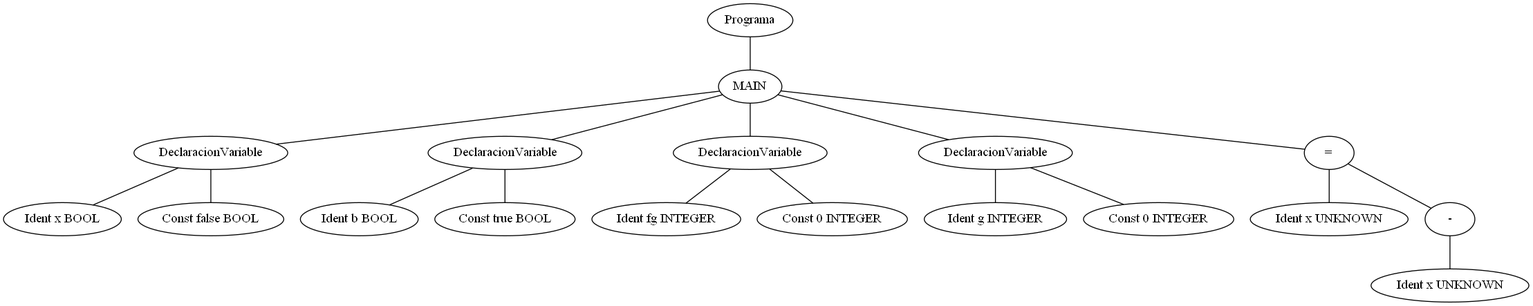
Above: arbol.png in Mdimase/compilador (Graphviz), before the change. Its source is kept beside it as arbol.dot.
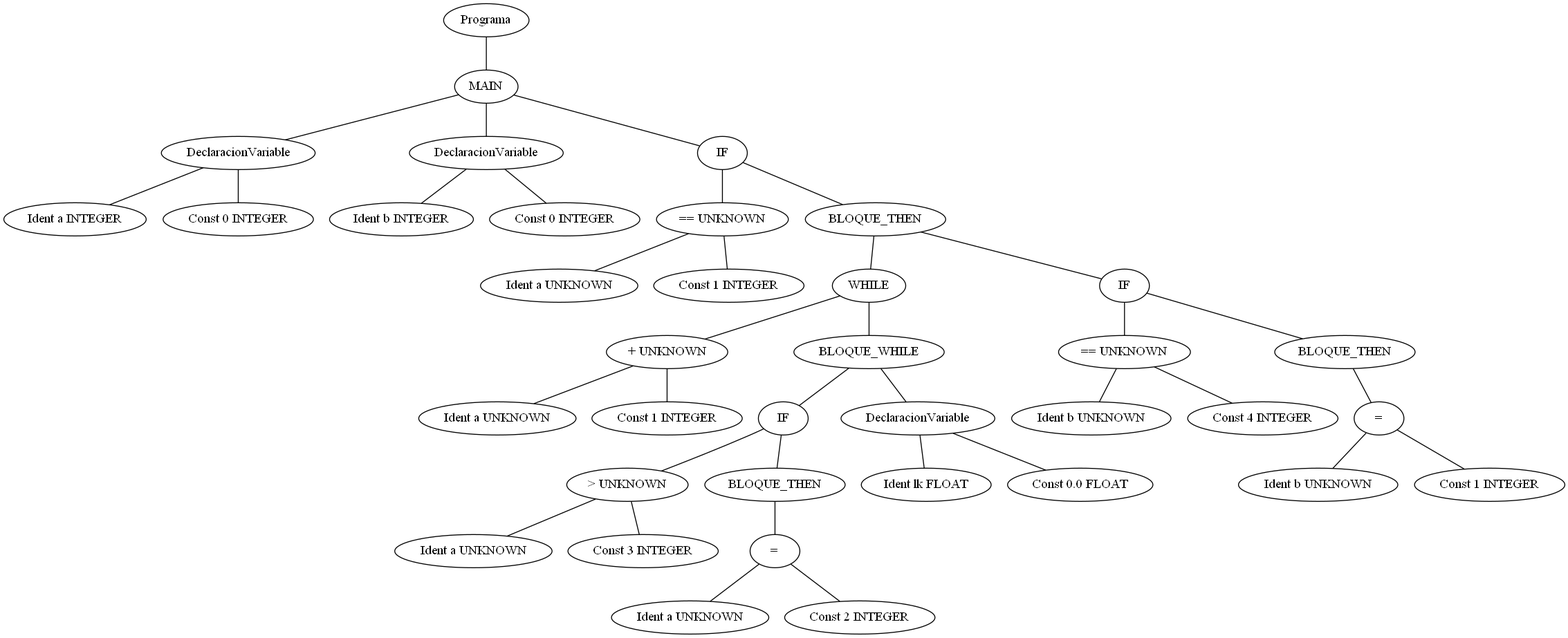
The same diagram one commit later.

Diff of the diagram source:
```diff
@@ -3,34 +3,72 @@
 1 -- 2
 3 [label="DeclaracionVariable"]
 2 -- 3
-4 [label="Ident x BOOL"]
+4 [label="Ident a INTEGER"]
 3 -- 4
-5 [label="Const false BOOL"]
+5 [label="Const 0 INTEGER"]
 3 -- 5
 6 [label="DeclaracionVariable"]
 2 -- 6
-7 [label="Ident b BOOL"]
+7 [label="Ident b INTEGER"]
 6 -- 7
-8 [label="Const true BOOL"]
+8 [label="Const 0 INTEGER"]
 6 -- 8
-9 [label="DeclaracionVariable"]
+9 [label="IF"]
 2 -- 9
-10 [label="Ident fg INTEGER"]
+10 [label="== UNKNOWN"]
 9 -- 10
-11 [label="Const 0 INTEGER"]
-9 -- 11
-12 [label="DeclaracionVariable"]
-2 -- 12
-13 [label="Ident g INTEGER"]
-12 -- 13
-14 [label="Const 0 INTEGER"]
-12 -- 14
-15 [label="="]
-2 -- 15
-16 [label="Ident x UNKNOWN"]
+11 [label="Ident a UNKNOWN"]
+10 -- 11
+12 [label="Const 1 INTEGER"]
+10 -- 12
+13 [label="BLOQUE_THEN"]
+9 -- 13
+14 [label="WHILE"]
+13 -- 14
+15 [label="+ UNKNOWN"]
+14 -- 15
+16 [label="Ident a UNKNOWN"]
 15 -- 16
-17 [label="-"]
+17 [label="Const 1 INTEGER"]
 15 -- 17
-18 [label="Ident x UNKNOWN"]
-17 -- 18
+18 [label="BLOQUE_WHILE"]
+14 -- 18
+19 [label="IF"]
+18 -- 19
+20 [label="> UNKNOWN"]
+19 -- 20
+21 [label="Ident a UNKNOWN"]
+20 -- 21
+22 [label="Const 3 INTEGER"]
+20 -- 22
+23 [label="BLOQUE_THEN"]
+19 -- 23
+24 [label="="]
+23 -- 24
+25 [label="Ident a UNKNOWN"]
+24 -- 25
+26 [label="Const 2 INTEGER"]
+24 -- 26
+27 [label="DeclaracionVariable"]
+18 -- 27
+28 [label="Ident lk FLOAT"]
+27 -- 28
+29 [label="Const 0.0 FLOAT"]
+27 -- 29
+30 [label="IF"]
+13 -- 30
+31 [label="== UNKNOWN"]
+30 -- 31
+32 [label="Ident b UNKNOWN"]
+31 -- 32
+33 [label="Const 4 INTEGER"]
+31 -- 33
+34 [label="BLOQUE_THEN"]
+30 -- 34
+35 [label="="]
+34 -- 35
+36 [label="Ident b UNKNOWN"]
+35 -- 36
+37 [label="Const 1 INTEGER"]
+35 -- 37
 }
```
